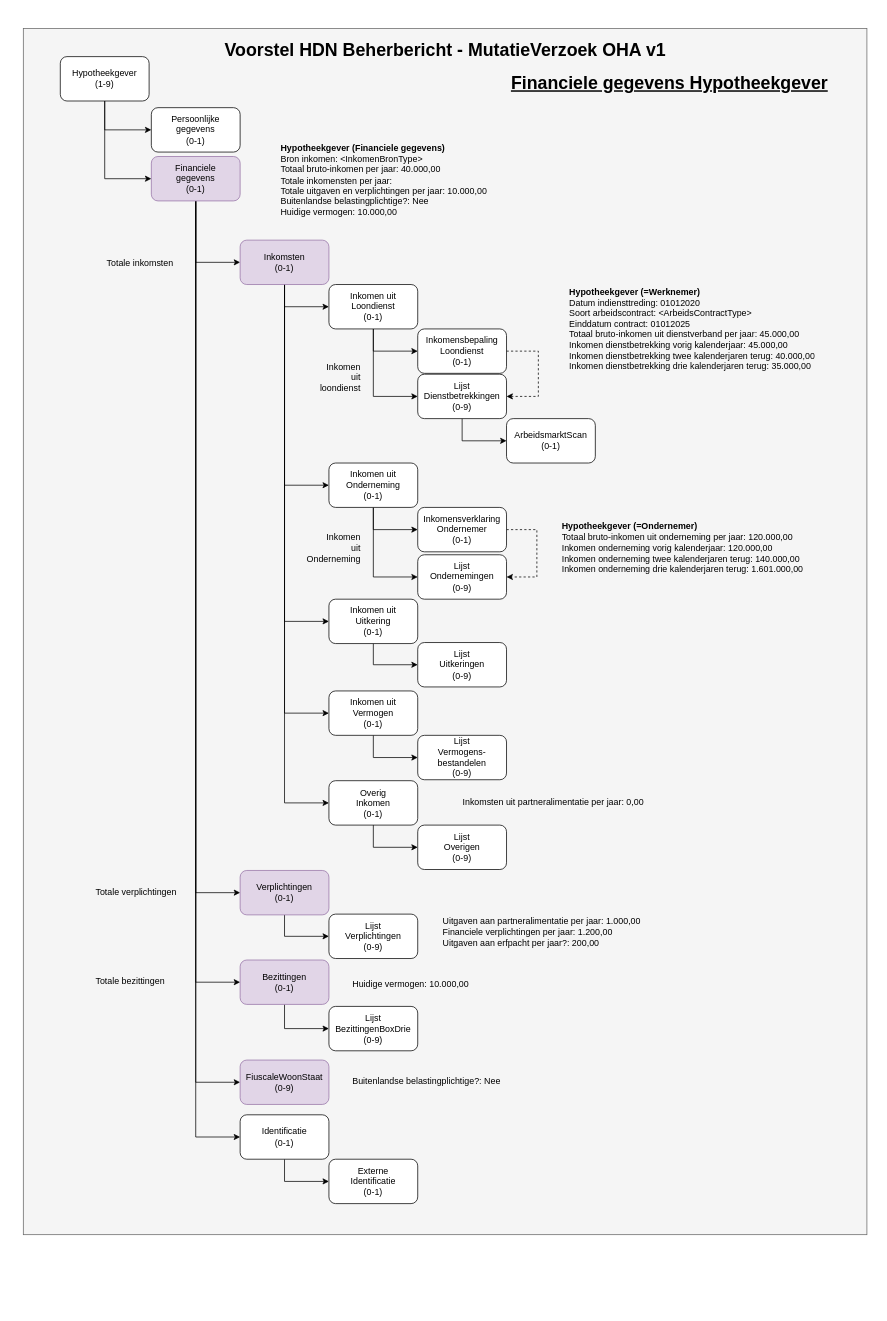
Earlier version of the draw.io diagram page "MX HG v1" (2 of 8) of HDN-MX-DesignFinal.drawio (luchthandel/diagrams). Source tidied: cells renumbered, new cells numbered last; positions are measured from the earlier drawing's top-left corner, leaving out a move shared by most shapes. Both pictures are drawn from the tidied source at 74%, with x=0, y=0 at pixel (15, 28).
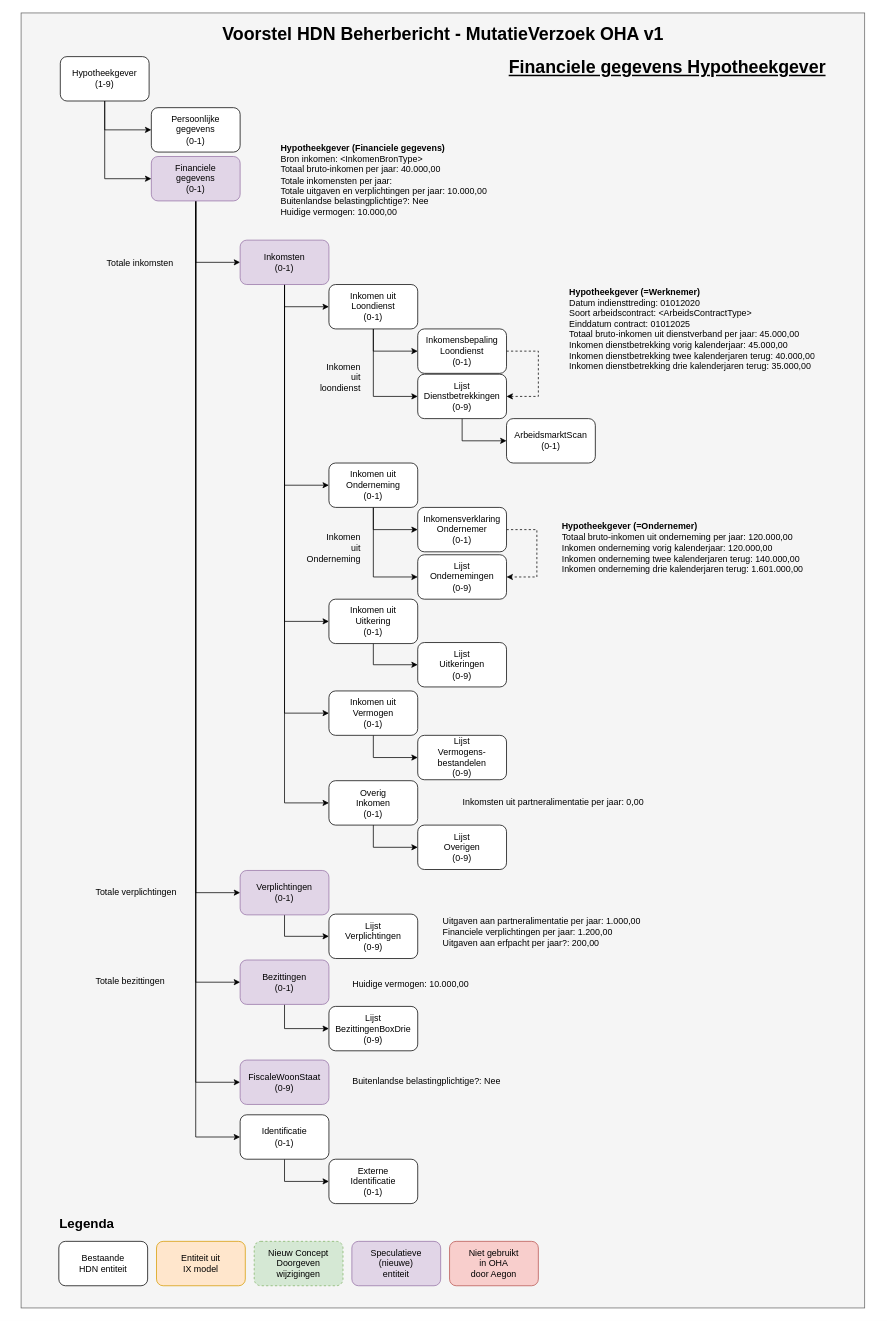
After the change.

Change to the diagram source:
```diff
@@
     <mxCell id="2" style="rounded=0;whiteSpace=wrap;html=1;fillColor=#f5f5f5;strokeColor=#666666;fontColor=#333333;" parent="1" vertex="1">
-      <mxGeometry x="11" width="1140" height="1630" as="geometry" />
+      <mxGeometry x="8" y="-21" width="1140" height="1750" as="geometry" />
     </mxCell>
@@
-    <mxCell id="52" value="FiuscaleWoonStaat&lt;br&gt;(0-9)" style="rounded=1;whiteSpace=wrap;html=1;fontStyle=0;fillColor=#e1d5e7;strokeColor=#9673a6;" parent="1" vertex="1">
+    <mxCell id="52" value="FiscaleWoonStaat&lt;br&gt;(0-9)" style="rounded=1;whiteSpace=wrap;html=1;fontStyle=0;fillColor=#e1d5e7;strokeColor=#9673a6;" parent="1" vertex="1">
       <mxGeometry x="304" y="1394" width="120" height="60" as="geometry" />
     </mxCell>
@@
     <mxCell id="64" value="&lt;b&gt;&lt;font style=&quot;font-size: 24px&quot;&gt;Voorstel HDN Beherbericht - MutatieVerzoek OHA v1&lt;/font&gt;&lt;/b&gt;" style="text;html=1;align=center;" parent="1" vertex="1">
-      <mxGeometry y="8" width="1161" height="30" as="geometry" />
+      <mxGeometry x="-3" y="-13" width="1161" height="30" as="geometry" />
     </mxCell>
     <mxCell id="65" value="&lt;b&gt;&lt;font style=&quot;font-size: 24px&quot;&gt;&lt;u&gt;Financiele gegevens Hypotheekgever&lt;/u&gt;&lt;/font&gt;&lt;/b&gt;" style="text;html=1;align=center;" parent="1" vertex="1">
-      <mxGeometry x="664" y="53" width="440" height="30" as="geometry" />
+      <mxGeometry x="661" y="32" width="440" height="30" as="geometry" />
     </mxCell>
+    <mxCell id="66" style="group;" parent="1" vertex="1">
+      <mxGeometry x="58" y="1599" width="649" height="100" as="geometry" />
+    </mxCell>
+    <mxCell id="67" value="Niet gebruikt&lt;br&gt;in OHA&lt;br&gt;door Aegon" style="rounded=1;whiteSpace=wrap;html=1;fontStyle=0;fillColor=#f8cecc;strokeColor=#b85450;" parent="66" vertex="1">
+      <mxGeometry x="529" y="40" width="120" height="60" as="geometry" />
+    </mxCell>
+    <mxCell id="68" value="Entiteit uit&lt;br&gt;IX model" style="rounded=1;whiteSpace=wrap;html=1;fontStyle=0;fillColor=#ffe6cc;strokeColor=#d79b00;" parent="66" vertex="1">
+      <mxGeometry x="133" y="40" width="120" height="60" as="geometry" />
+    </mxCell>
+    <mxCell id="69" value="Bestaande&lt;br&gt;HDN entiteit" style="rounded=1;whiteSpace=wrap;html=1;fontStyle=0;" parent="66" vertex="1">
+      <mxGeometry x="1" y="40" width="120" height="60" as="geometry" />
+    </mxCell>
+    <mxCell id="70" value="Nieuw Concept&lt;br&gt;Doorgeven wijzigingen" style="rounded=1;whiteSpace=wrap;html=1;fontStyle=0;fillColor=#d5e8d4;strokeColor=#82b366;dashed=1;" parent="66" vertex="1">
+      <mxGeometry x="265" y="40" width="120" height="60" as="geometry" />
+    </mxCell>
+    <mxCell id="71" value="&lt;span&gt;Speculatieve&lt;br&gt;(nieuwe)&lt;br&gt;entiteit&lt;br&gt;&lt;/span&gt;" style="rounded=1;whiteSpace=wrap;html=1;fontStyle=0;fillColor=#e1d5e7;strokeColor=#9673a6;" parent="66" vertex="1">
+      <mxGeometry x="397" y="40" width="120" height="60" as="geometry" />
+    </mxCell>
+    <mxCell id="72" value="&lt;font style=&quot;font-size: 18px&quot;&gt;&lt;b&gt;Legenda&lt;/b&gt;&lt;/font&gt;" style="text;html=1;align=left;" parent="66" vertex="1">
+      <mxGeometry width="529" height="28" as="geometry" />
+    </mxCell>
```
